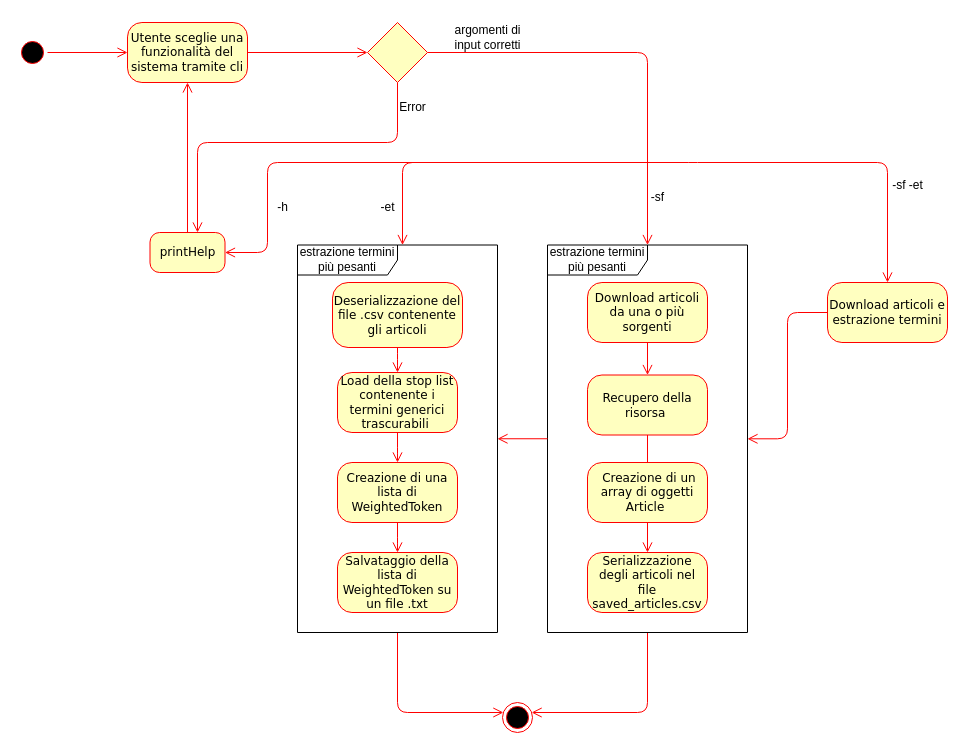
Before: documentation/activity_diagram.drawio in GustavoFrittole/EisProject, a draw.io diagram. Source tidied: cells renumbered, new cells numbered last; positions are measured from the earlier drawing's top-left corner, leaving out a move shared by most shapes. Both pictures are drawn from the tidied source at 100%, with x=0, y=0 at pixel (17, 17).
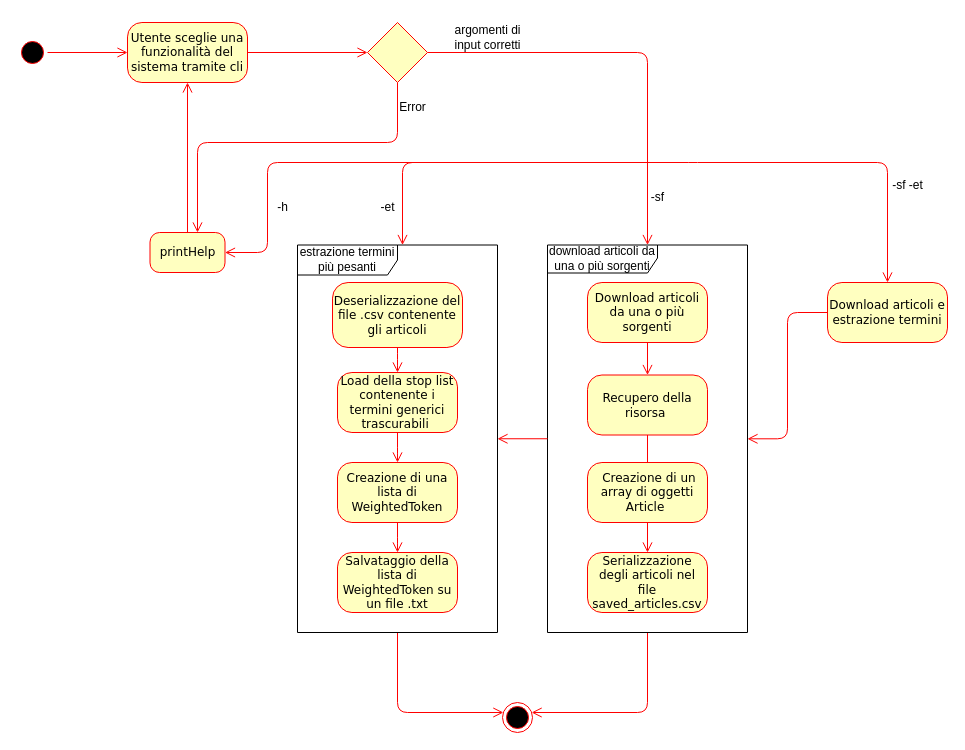
After the change.

Commit message (it also covers changes not shown here):
Modifiche documentazione

Change to the diagram source:
```diff
@@
-    <mxCell id="40" value="estrazione termini più pesanti" style="shape=umlFrame;whiteSpace=wrap;html=1;width=100;height=30;" parent="1" vertex="1">
+    <mxCell id="40" value="download articoli da una o più sorgenti" style="shape=umlFrame;whiteSpace=wrap;html=1;width=110;height=28;" parent="1" vertex="1">
       <mxGeometry x="530" y="227.5" width="200" height="387.5" as="geometry" />
     </mxCell>
```
